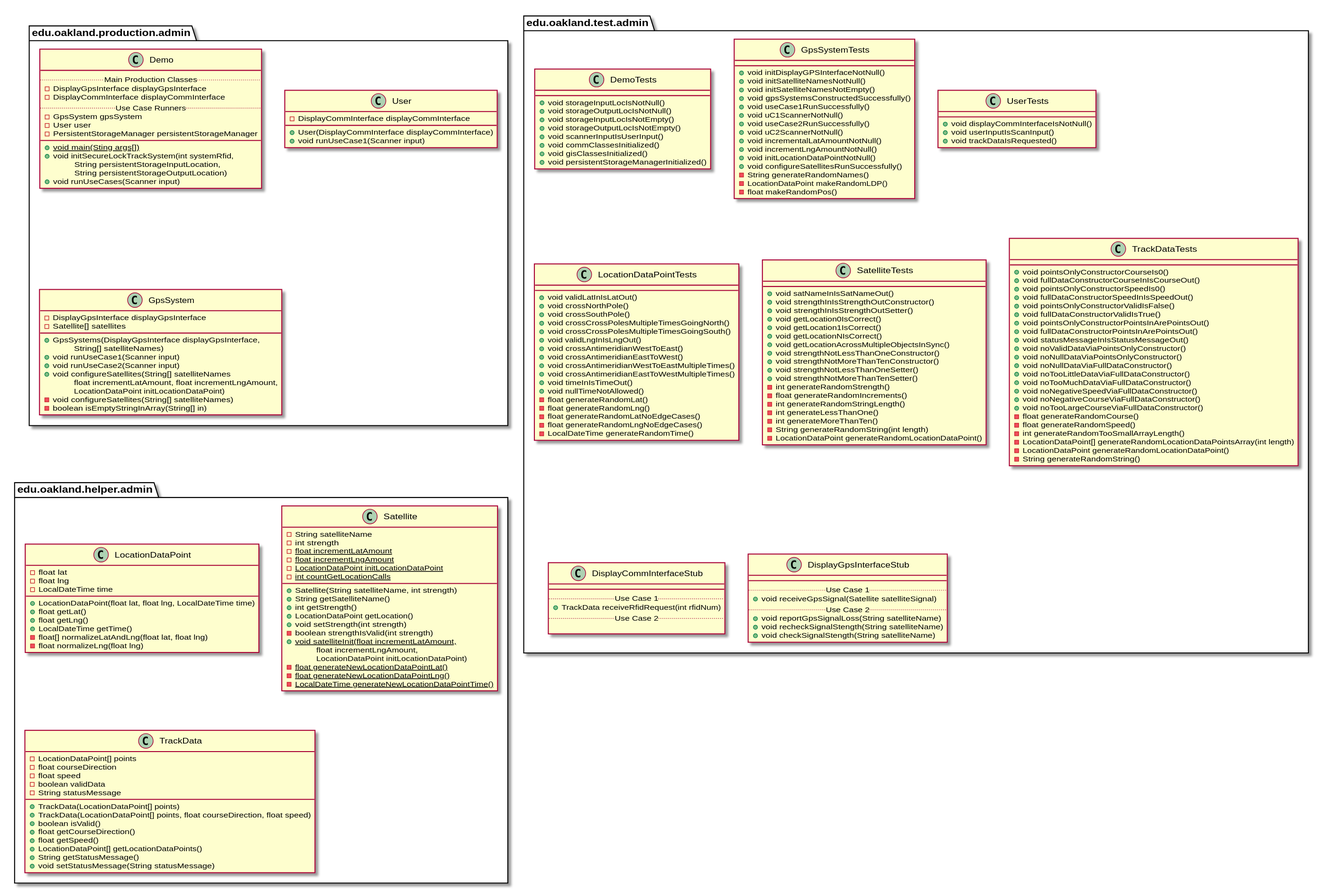
Above: docs/uml-class-diagrams/admin/AdminPackages.svg in andrewdimmer/csi-3370-software-project (PlantUML), before the change.
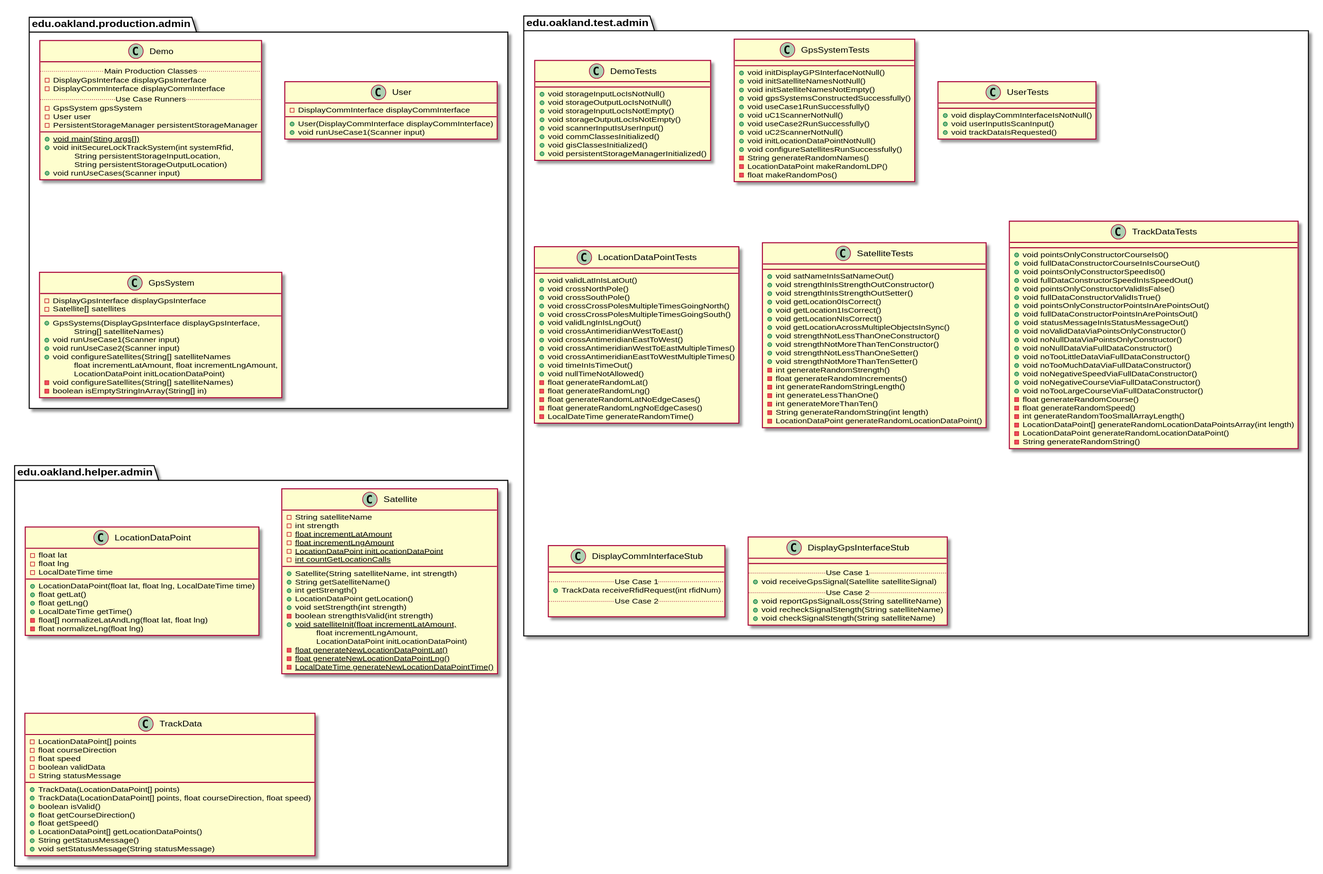
Above is the later version.

What changed in the source:
```diff
@@ -82,8 +82,6 @@
         + void uC1ScannerNotNull()
         + void useCase2RunSuccessfully()
         + void uC2ScannerNotNull()
-        + void incrementalLatAmountNotNull()
-        + void incrementLngAmountNotNull()
         + void initLocationDataPointNotNull()
         + void configureSatellitesRunSuccessfully()
         - String generateRandomNames()
```
